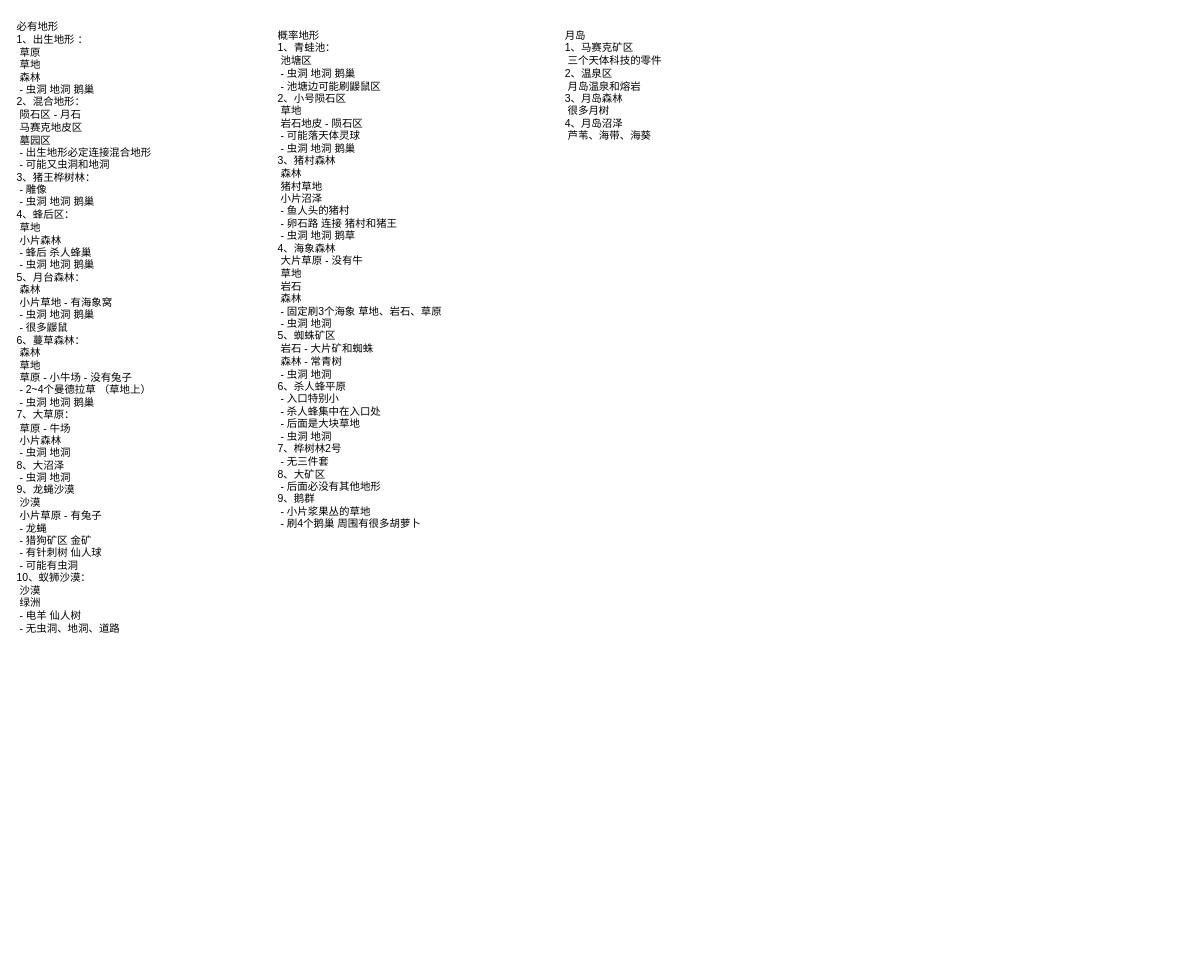
Earlier version of the draw.io diagram Untitled Diagram.drawio (YannieCheung/Bilibili-plus). Source tidied: cells renumbered, new cells numbered last; positions are measured from the earlier drawing's top-left corner, leaving out a move shared by most shapes. Both pictures are drawn from the tidied source at 87%, with x=0, y=0 at pixel (15, 15).
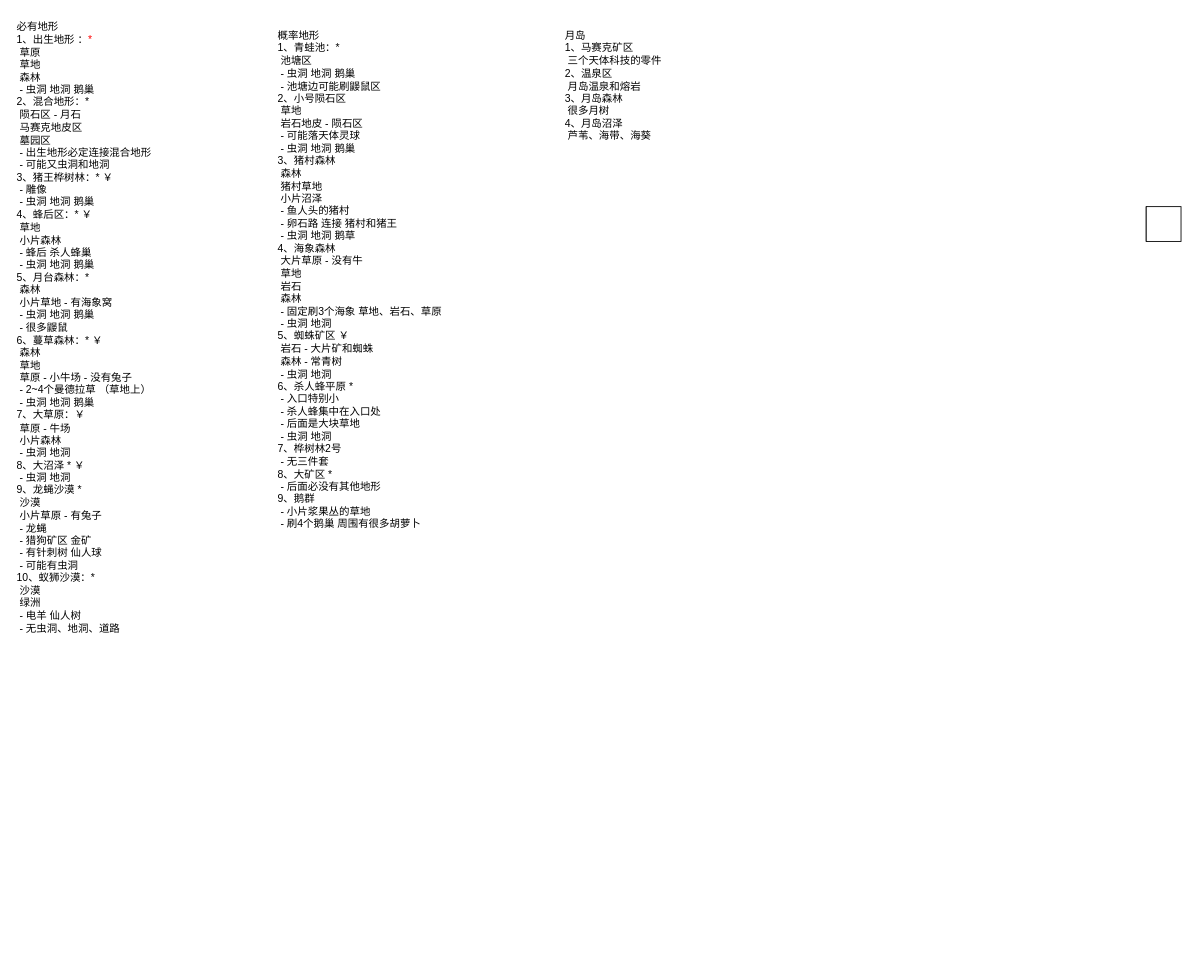
The same diagram, later.

The edit, as a diff of the source:
```diff
@@
 <mxGraphModel>
   <root>
     <mxCell id="0" />
     <mxCell id="1" parent="0" />
-    <mxCell id="2" value="&lt;div style=&quot;&quot;&gt;&lt;span style=&quot;background-color: initial;&quot;&gt;必有地形&lt;/span&gt;&lt;/div&gt;&lt;div style=&quot;&quot;&gt;&lt;span style=&quot;background-color: initial;&quot;&gt;1、出生地形 ：&lt;/span&gt;&lt;/div&gt;&lt;div style=&quot;&quot;&gt;&lt;span style=&quot;background-color: initial;&quot;&gt;&lt;span style=&quot;white-space: pre;&quot;&gt; &lt;/span&gt;草原&lt;/span&gt;&lt;/div&gt;&lt;span style=&quot;white-space: pre;&quot;&gt;&lt;div style=&quot;&quot;&gt;&lt;span style=&quot;background-color: initial;&quot;&gt; &lt;/span&gt;&lt;span style=&quot;background-color: initial; white-space: normal;&quot;&gt;草地&lt;/span&gt;&lt;/div&gt;&lt;/span&gt;&lt;div style=&quot;&quot;&gt;&lt;span style=&quot;background-color: initial;&quot;&gt;&lt;span style=&quot;white-space: pre;&quot;&gt; &lt;/span&gt;森林&amp;nbsp;&lt;/span&gt;&lt;/div&gt;&lt;div style=&quot;&quot;&gt;&lt;span style=&quot;background-color: initial;&quot;&gt;&lt;span style=&quot;white-space: pre;&quot;&gt; &lt;/span&gt;- 虫洞 地洞 鹅巢&lt;/span&gt;&lt;/div&gt;&lt;div style=&quot;&quot;&gt;&lt;span style=&quot;background-color: initial;&quot;&gt;2、混合地形：&lt;/span&gt;&lt;/div&gt;&lt;span style=&quot;white-space: pre;&quot;&gt; &lt;/span&gt;陨石区 - 月石 &lt;br&gt;&lt;span style=&quot;white-space: pre;&quot;&gt; &lt;/span&gt;马赛克地皮区&lt;br&gt;&lt;span style=&quot;white-space: pre;&quot;&gt; &lt;/span&gt;墓园区&amp;nbsp;&lt;br&gt;&lt;span style=&quot;white-space: pre;&quot;&gt; &lt;/span&gt;- 出生地形必定连接混合地形&lt;br&gt;&lt;span style=&quot;white-space: pre;&quot;&gt; &lt;/span&gt;- 可能又虫洞和地洞&lt;br&gt;3、猪王桦树林：&lt;br&gt;&lt;span style=&quot;white-space: pre;&quot;&gt; &lt;/span&gt;- 雕像&lt;br&gt;&lt;span style=&quot;white-space: pre;&quot;&gt; &lt;/span&gt;- 虫洞 地洞 鹅巢&lt;br&gt;4、蜂后区：&lt;br&gt;&lt;span style=&quot;white-space: pre;&quot;&gt; &lt;/span&gt;草地&lt;br&gt;&lt;span style=&quot;white-space: pre;&quot;&gt; &lt;/span&gt;小片森林&lt;br&gt;&lt;span style=&quot;white-space: pre;&quot;&gt; &lt;/span&gt;- 蜂后 杀人蜂巢&lt;br&gt;&lt;span style=&quot;white-space: pre;&quot;&gt; &lt;/span&gt;- 虫洞 地洞 鹅巢&lt;br&gt;5、月台森林：&lt;br&gt;&lt;span style=&quot;white-space: pre;&quot;&gt; &lt;/span&gt;森林&lt;br&gt;&lt;span style=&quot;white-space: pre;&quot;&gt; &lt;/span&gt;小片草地 - 有海象窝&lt;br&gt;&lt;span style=&quot;white-space: pre;&quot;&gt; &lt;/span&gt;- 虫洞 地洞 鹅巢&lt;br&gt;&lt;span style=&quot;white-space: pre;&quot;&gt; &lt;/span&gt;- 很多鼹鼠&lt;br&gt;6、蔓草森林：&lt;br&gt;&lt;span style=&quot;white-space: pre;&quot;&gt; &lt;/span&gt;森林&lt;br&gt;&lt;span style=&quot;white-space: pre;&quot;&gt; &lt;/span&gt;草地&lt;br&gt;&lt;span style=&quot;white-space: pre;&quot;&gt; &lt;/span&gt;草原 - 小牛场 - 没有兔子&lt;br&gt;&lt;span style=&quot;white-space: pre;&quot;&gt; &lt;/span&gt;- 2~4个曼德拉草 （草地上）&lt;br&gt;&lt;span style=&quot;white-space: pre;&quot;&gt; &lt;/span&gt;- 虫洞 地洞 鹅巢&lt;br&gt;7、大草原：&lt;br&gt;&lt;span style=&quot;white-space: pre;&quot;&gt; &lt;/span&gt;草原 - 牛场&lt;br&gt;&lt;span style=&quot;white-space: pre;&quot;&gt; &lt;/span&gt;小片森林&lt;br&gt;&lt;span style=&quot;white-space: pre;&quot;&gt; &lt;/span&gt;- 虫洞 地洞&lt;br&gt;8、大沼泽&lt;br&gt;&lt;span style=&quot;white-space: pre;&quot;&gt; &lt;/span&gt;- 虫洞 地洞&lt;br&gt;9、龙蝇沙漠&lt;br&gt;&lt;span style=&quot;white-space: pre;&quot;&gt; &lt;/span&gt;沙漠&lt;br&gt;&lt;span style=&quot;white-space: pre;&quot;&gt; &lt;/span&gt;小片草原 - 有兔子&lt;br&gt;&lt;span style=&quot;white-space: pre;&quot;&gt; &lt;/span&gt;- 龙蝇&lt;br&gt;&lt;span style=&quot;white-space: pre;&quot;&gt; &lt;/span&gt;- 猎狗矿区 金矿&lt;br&gt;&lt;span style=&quot;white-space: pre;&quot;&gt; &lt;/span&gt;- 有针刺树 仙人球&lt;br&gt;&lt;span style=&quot;white-space: pre;&quot;&gt; &lt;/span&gt;- 可能有虫洞&lt;br&gt;10、蚁狮沙漠：&lt;br&gt;&lt;span style=&quot;white-space: pre;&quot;&gt; &lt;/span&gt;沙漠&lt;br&gt;&lt;span style=&quot;white-space: pre;&quot;&gt; &lt;/span&gt;绿洲&lt;br&gt;&lt;span style=&quot;white-space: pre;&quot;&gt; &lt;/span&gt;- 电羊 仙人树&lt;br&gt;&lt;span style=&quot;white-space: pre;&quot;&gt; &lt;/span&gt;- 无虫洞、地洞、道路&lt;br&gt;&lt;span style=&quot;white-space: pre;&quot;&gt; &lt;/span&gt;" style="text;html=1;strokeColor=none;fillColor=none;align=left;verticalAlign=top;whiteSpace=wrap;rounded=0;" parent="1" vertex="1">
+    <mxCell id="2" value="&lt;div style=&quot;&quot;&gt;&lt;span style=&quot;background-color: initial;&quot;&gt;必有地形&lt;/span&gt;&lt;/div&gt;&lt;div style=&quot;&quot;&gt;&lt;span style=&quot;background-color: initial;&quot;&gt;1、出生地形 ：&lt;font color=&quot;#ff0000&quot;&gt;*&lt;/font&gt;&lt;/span&gt;&lt;/div&gt;&lt;div style=&quot;&quot;&gt;&lt;span style=&quot;background-color: initial;&quot;&gt;&lt;span style=&quot;white-space: pre;&quot;&gt; &lt;/span&gt;草原&lt;/span&gt;&lt;/div&gt;&lt;span style=&quot;white-space: pre;&quot;&gt;&lt;div style=&quot;&quot;&gt;&lt;span style=&quot;background-color: initial;&quot;&gt; &lt;/span&gt;&lt;span style=&quot;background-color: initial; white-space: normal;&quot;&gt;草地&lt;/span&gt;&lt;/div&gt;&lt;/span&gt;&lt;div style=&quot;&quot;&gt;&lt;span style=&quot;background-color: initial;&quot;&gt;&lt;span style=&quot;white-space: pre;&quot;&gt; &lt;/span&gt;森林&amp;nbsp;&lt;/span&gt;&lt;/div&gt;&lt;div style=&quot;&quot;&gt;&lt;span style=&quot;background-color: initial;&quot;&gt;&lt;span style=&quot;white-space: pre;&quot;&gt; &lt;/span&gt;- 虫洞 地洞 鹅巢&lt;/span&gt;&lt;/div&gt;&lt;div style=&quot;&quot;&gt;&lt;span style=&quot;background-color: initial;&quot;&gt;2、混合地形：*&lt;/span&gt;&lt;/div&gt;&lt;span style=&quot;white-space: pre;&quot;&gt; &lt;/span&gt;陨石区 - 月石 &lt;br&gt;&lt;span style=&quot;white-space: pre;&quot;&gt; &lt;/span&gt;马赛克地皮区&lt;br&gt;&lt;span style=&quot;white-space: pre;&quot;&gt; &lt;/span&gt;墓园区&amp;nbsp;&lt;br&gt;&lt;span style=&quot;white-space: pre;&quot;&gt; &lt;/span&gt;- 出生地形必定连接混合地形&lt;br&gt;&lt;span style=&quot;white-space: pre;&quot;&gt; &lt;/span&gt;- 可能又虫洞和地洞&lt;br&gt;3、猪王桦树林：* ￥&lt;br&gt;&lt;span style=&quot;white-space: pre;&quot;&gt; &lt;/span&gt;- 雕像&lt;br&gt;&lt;span style=&quot;white-space: pre;&quot;&gt; &lt;/span&gt;- 虫洞 地洞 鹅巢&lt;br&gt;4、蜂后区：* ￥&lt;br&gt;&lt;span style=&quot;white-space: pre;&quot;&gt; &lt;/span&gt;草地&lt;br&gt;&lt;span style=&quot;white-space: pre;&quot;&gt; &lt;/span&gt;小片森林&lt;br&gt;&lt;span style=&quot;white-space: pre;&quot;&gt; &lt;/span&gt;- 蜂后 杀人蜂巢&lt;br&gt;&lt;span style=&quot;white-space: pre;&quot;&gt; &lt;/span&gt;- 虫洞 地洞 鹅巢&lt;br&gt;5、月台森林：*&lt;br&gt;&lt;span style=&quot;white-space: pre;&quot;&gt; &lt;/span&gt;森林&lt;br&gt;&lt;span style=&quot;white-space: pre;&quot;&gt; &lt;/span&gt;小片草地 - 有海象窝&lt;br&gt;&lt;span style=&quot;white-space: pre;&quot;&gt; &lt;/span&gt;- 虫洞 地洞 鹅巢&lt;br&gt;&lt;span style=&quot;white-space: pre;&quot;&gt; &lt;/span&gt;- 很多鼹鼠&lt;br&gt;6、蔓草森林：* ￥&lt;br&gt;&lt;span style=&quot;white-space: pre;&quot;&gt; &lt;/span&gt;森林&lt;br&gt;&lt;span style=&quot;white-space: pre;&quot;&gt; &lt;/span&gt;草地&lt;br&gt;&lt;span style=&quot;white-space: pre;&quot;&gt; &lt;/span&gt;草原 - 小牛场 - 没有兔子&lt;br&gt;&lt;span style=&quot;white-space: pre;&quot;&gt; &lt;/span&gt;- 2~4个曼德拉草 （草地上）&lt;br&gt;&lt;span style=&quot;white-space: pre;&quot;&gt; &lt;/span&gt;- 虫洞 地洞 鹅巢&lt;br&gt;7、大草原：￥&lt;br&gt;&lt;span style=&quot;white-space: pre;&quot;&gt; &lt;/span&gt;草原 - 牛场&lt;br&gt;&lt;span style=&quot;white-space: pre;&quot;&gt; &lt;/span&gt;小片森林&lt;br&gt;&lt;span style=&quot;white-space: pre;&quot;&gt; &lt;/span&gt;- 虫洞 地洞&lt;br&gt;8、大沼泽 * ￥&lt;br&gt;&lt;span style=&quot;white-space: pre;&quot;&gt; &lt;/span&gt;- 虫洞 地洞&lt;br&gt;9、龙蝇沙漠 *&lt;br&gt;&lt;span style=&quot;white-space: pre;&quot;&gt; &lt;/span&gt;沙漠&lt;br&gt;&lt;span style=&quot;white-space: pre;&quot;&gt; &lt;/span&gt;小片草原 - 有兔子&lt;br&gt;&lt;span style=&quot;white-space: pre;&quot;&gt; &lt;/span&gt;- 龙蝇&lt;br&gt;&lt;span style=&quot;white-space: pre;&quot;&gt; &lt;/span&gt;- 猎狗矿区 金矿&lt;br&gt;&lt;span style=&quot;white-space: pre;&quot;&gt; &lt;/span&gt;- 有针刺树 仙人球&lt;br&gt;&lt;span style=&quot;white-space: pre;&quot;&gt; &lt;/span&gt;- 可能有虫洞&lt;br&gt;10、蚁狮沙漠：*&lt;br&gt;&lt;span style=&quot;white-space: pre;&quot;&gt; &lt;/span&gt;沙漠&lt;br&gt;&lt;span style=&quot;white-space: pre;&quot;&gt; &lt;/span&gt;绿洲&lt;br&gt;&lt;span style=&quot;white-space: pre;&quot;&gt; &lt;/span&gt;- 电羊 仙人树&lt;br&gt;&lt;span style=&quot;white-space: pre;&quot;&gt; &lt;/span&gt;- 无虫洞、地洞、道路&lt;br&gt;&lt;span style=&quot;white-space: pre;&quot;&gt; &lt;/span&gt;" style="text;html=1;strokeColor=none;fillColor=none;align=left;verticalAlign=top;whiteSpace=wrap;rounded=0;" parent="1" vertex="1">
       <mxGeometry width="250" height="1080" as="geometry" />
     </mxCell>
-    <mxCell id="3" value="概率地形&lt;br&gt;1、青蛙池：&lt;br&gt;&lt;span style=&quot;white-space: pre;&quot;&gt; &lt;/span&gt;池塘区&lt;br&gt;&lt;span style=&quot;white-space: pre;&quot;&gt; &lt;/span&gt;- 虫洞 地洞 鹅巢&lt;br&gt;&lt;span style=&quot;white-space: pre;&quot;&gt; &lt;/span&gt;- 池塘边可能刷鼹鼠区&lt;br&gt;2、小号陨石区&lt;br&gt;&lt;span style=&quot;white-space: pre;&quot;&gt; &lt;/span&gt;草地&lt;br&gt;&lt;span style=&quot;white-space: pre;&quot;&gt; &lt;/span&gt;岩石地皮 - 陨石区&lt;br&gt;&lt;span style=&quot;white-space: pre;&quot;&gt; &lt;/span&gt;- 可能落天体灵球&lt;br&gt;&lt;span style=&quot;white-space: pre;&quot;&gt; &lt;/span&gt;- 虫洞 地洞 鹅巢&lt;br&gt;3、猪村森林&lt;br&gt;&lt;span style=&quot;white-space: pre;&quot;&gt; &lt;/span&gt;森林&lt;br&gt;&lt;span style=&quot;white-space: pre;&quot;&gt; &lt;/span&gt;猪村草地&lt;br&gt;&lt;span style=&quot;white-space: pre;&quot;&gt; &lt;/span&gt;小片沼泽&lt;br&gt;&lt;span style=&quot;white-space: pre;&quot;&gt; &lt;/span&gt;- 鱼人头的猪村&lt;br&gt;&lt;span style=&quot;white-space: pre;&quot;&gt; &lt;/span&gt;- 卵石路 连接 猪村和猪王&lt;br&gt;&lt;span style=&quot;white-space: pre;&quot;&gt; &lt;/span&gt;- 虫洞 地洞 鹅草&lt;br&gt;4、海象森林&lt;br&gt;&lt;span style=&quot;white-space: pre;&quot;&gt; &lt;/span&gt;大片草原 - 没有牛&lt;br&gt;&lt;span style=&quot;white-space: pre;&quot;&gt; &lt;/span&gt;草地&lt;br&gt;&lt;span style=&quot;white-space: pre;&quot;&gt; &lt;/span&gt;岩石&lt;br&gt;&lt;span style=&quot;white-space: pre;&quot;&gt; &lt;/span&gt;森林&lt;br&gt;&lt;span style=&quot;white-space: pre;&quot;&gt; &lt;/span&gt;- 固定刷3个海象 草地、岩石、草原&lt;br&gt;&lt;span style=&quot;white-space: pre;&quot;&gt; &lt;/span&gt;- 虫洞 地洞&lt;br&gt;5、蜘蛛矿区&lt;br&gt;&lt;span style=&quot;white-space: pre;&quot;&gt; &lt;/span&gt;岩石 - 大片矿和蜘蛛&lt;br&gt;&lt;span style=&quot;white-space: pre;&quot;&gt; &lt;/span&gt;森林 - 常青树&lt;br&gt;&lt;span style=&quot;white-space: pre;&quot;&gt; &lt;/span&gt;- 虫洞 地洞&lt;br&gt;6、杀人蜂平原&lt;br&gt;&lt;span style=&quot;white-space: pre;&quot;&gt; &lt;/span&gt;- 入口特别小&amp;nbsp;&lt;br&gt;&lt;span style=&quot;white-space: pre;&quot;&gt; &lt;/span&gt;- 杀人蜂集中在入口处&lt;br&gt;&lt;span style=&quot;white-space: pre;&quot;&gt; &lt;/span&gt;- 后面是大块草地&lt;br&gt;&lt;span style=&quot;white-space: pre;&quot;&gt; &lt;/span&gt;- 虫洞 地洞&lt;br&gt;7、桦树林2号&lt;br&gt;&lt;span style=&quot;white-space: pre;&quot;&gt; &lt;/span&gt;- 无三件套&lt;br&gt;8、大矿区&lt;br&gt;&lt;span style=&quot;white-space: pre;&quot;&gt; &lt;/span&gt;- 后面必没有其他地形&lt;br&gt;9、鹅群&lt;br&gt;&lt;span style=&quot;white-space: pre;&quot;&gt; &lt;/span&gt;- 小片浆果丛的草地&lt;br&gt;&lt;span style=&quot;white-space: pre;&quot;&gt; &lt;/span&gt;- 刷4个鹅巢 周围有很多胡萝卜&lt;br&gt;" style="text;html=1;strokeColor=none;fillColor=none;align=left;verticalAlign=top;whiteSpace=wrap;rounded=0;" parent="1" vertex="1">
+    <mxCell id="3" value="概率地形&lt;br&gt;1、青蛙池：*&lt;br&gt;&lt;span style=&quot;white-space: pre;&quot;&gt; &lt;/span&gt;池塘区&lt;br&gt;&lt;span style=&quot;white-space: pre;&quot;&gt; &lt;/span&gt;- 虫洞 地洞 鹅巢&lt;br&gt;&lt;span style=&quot;white-space: pre;&quot;&gt; &lt;/span&gt;- 池塘边可能刷鼹鼠区&lt;br&gt;2、小号陨石区&lt;br&gt;&lt;span style=&quot;white-space: pre;&quot;&gt; &lt;/span&gt;草地&lt;br&gt;&lt;span style=&quot;white-space: pre;&quot;&gt; &lt;/span&gt;岩石地皮 - 陨石区&lt;br&gt;&lt;span style=&quot;white-space: pre;&quot;&gt; &lt;/span&gt;- 可能落天体灵球&lt;br&gt;&lt;span style=&quot;white-space: pre;&quot;&gt; &lt;/span&gt;- 虫洞 地洞 鹅巢&lt;br&gt;3、猪村森林&lt;br&gt;&lt;span style=&quot;white-space: pre;&quot;&gt; &lt;/span&gt;森林&lt;br&gt;&lt;span style=&quot;white-space: pre;&quot;&gt; &lt;/span&gt;猪村草地&lt;br&gt;&lt;span style=&quot;white-space: pre;&quot;&gt; &lt;/span&gt;小片沼泽&lt;br&gt;&lt;span style=&quot;white-space: pre;&quot;&gt; &lt;/span&gt;- 鱼人头的猪村&lt;br&gt;&lt;span style=&quot;white-space: pre;&quot;&gt; &lt;/span&gt;- 卵石路 连接 猪村和猪王&lt;br&gt;&lt;span style=&quot;white-space: pre;&quot;&gt; &lt;/span&gt;- 虫洞 地洞 鹅草&lt;br&gt;4、海象森林&lt;br&gt;&lt;span style=&quot;white-space: pre;&quot;&gt; &lt;/span&gt;大片草原 - 没有牛&lt;br&gt;&lt;span style=&quot;white-space: pre;&quot;&gt; &lt;/span&gt;草地&lt;br&gt;&lt;span style=&quot;white-space: pre;&quot;&gt; &lt;/span&gt;岩石&lt;br&gt;&lt;span style=&quot;white-space: pre;&quot;&gt; &lt;/span&gt;森林&lt;br&gt;&lt;span style=&quot;white-space: pre;&quot;&gt; &lt;/span&gt;- 固定刷3个海象 草地、岩石、草原&lt;br&gt;&lt;span style=&quot;white-space: pre;&quot;&gt; &lt;/span&gt;- 虫洞 地洞&lt;br&gt;5、蜘蛛矿区 ￥&lt;br&gt;&lt;span style=&quot;white-space: pre;&quot;&gt; &lt;/span&gt;岩石 - 大片矿和蜘蛛&lt;br&gt;&lt;span style=&quot;white-space: pre;&quot;&gt; &lt;/span&gt;森林 - 常青树&lt;br&gt;&lt;span style=&quot;white-space: pre;&quot;&gt; &lt;/span&gt;- 虫洞 地洞&lt;br&gt;6、杀人蜂平原 *&lt;br&gt;&lt;span style=&quot;white-space: pre;&quot;&gt; &lt;/span&gt;- 入口特别小&amp;nbsp;&lt;br&gt;&lt;span style=&quot;white-space: pre;&quot;&gt; &lt;/span&gt;- 杀人蜂集中在入口处&lt;br&gt;&lt;span style=&quot;white-space: pre;&quot;&gt; &lt;/span&gt;- 后面是大块草地&lt;br&gt;&lt;span style=&quot;white-space: pre;&quot;&gt; &lt;/span&gt;- 虫洞 地洞&lt;br&gt;7、桦树林2号&lt;br&gt;&lt;span style=&quot;white-space: pre;&quot;&gt; &lt;/span&gt;- 无三件套&lt;br&gt;8、大矿区 *&lt;br&gt;&lt;span style=&quot;white-space: pre;&quot;&gt; &lt;/span&gt;- 后面必没有其他地形&lt;br&gt;9、鹅群&lt;br&gt;&lt;span style=&quot;white-space: pre;&quot;&gt; &lt;/span&gt;- 小片浆果丛的草地&lt;br&gt;&lt;span style=&quot;white-space: pre;&quot;&gt; &lt;/span&gt;- 刷4个鹅巢 周围有很多胡萝卜" style="text;html=1;strokeColor=none;fillColor=none;align=left;verticalAlign=top;whiteSpace=wrap;rounded=0;" parent="1" vertex="1">
       <mxGeometry x="300" y="10" width="230" height="610" as="geometry" />
     </mxCell>
     <mxCell id="4" value="月岛&lt;br&gt;1、马赛克矿区&lt;br&gt;&lt;span style=&quot;white-space: pre;&quot;&gt; &lt;/span&gt;三个天体科技的零件&lt;br&gt;2、温泉区&lt;br&gt;&lt;span style=&quot;white-space: pre;&quot;&gt; &lt;/span&gt;月岛温泉和熔岩&lt;br&gt;3、月岛森林&lt;br&gt;&lt;span style=&quot;white-space: pre;&quot;&gt; &lt;/span&gt;很多月树&lt;br&gt;4、月岛沼泽&lt;br&gt;&lt;span style=&quot;white-space: pre;&quot;&gt; &lt;/span&gt;芦苇、海带、海葵" style="text;html=1;strokeColor=none;fillColor=none;align=left;verticalAlign=top;whiteSpace=wrap;rounded=0;" parent="1" vertex="1">
       <mxGeometry x="630" y="10" width="230" height="380" as="geometry" />
     </mxCell>
+    <mxCell id="5" style="triangle;whiteSpace=wrap;html=1;fontColor=#f10909;" parent="1" vertex="1">
+      <mxGeometry x="1300" y="220" width="40" height="40" as="geometry" />
+    </mxCell>
+    <mxCell id="6" style="whiteSpace=wrap;html=1;fontColor=#f10909;" parent="1" vertex="1">
+      <mxGeometry x="1300" y="220" width="40" height="40" as="geometry" />
+    </mxCell>
   </root>
 </mxGraphModel>
```
